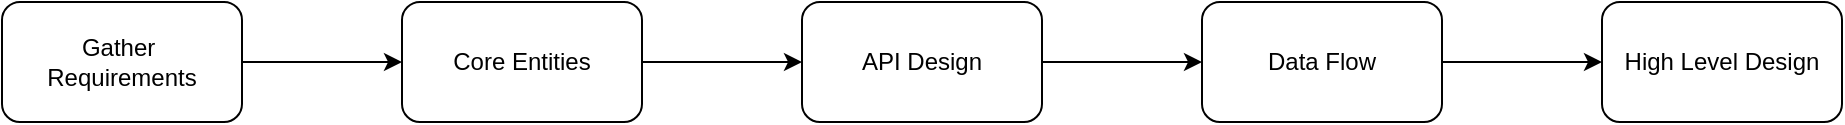
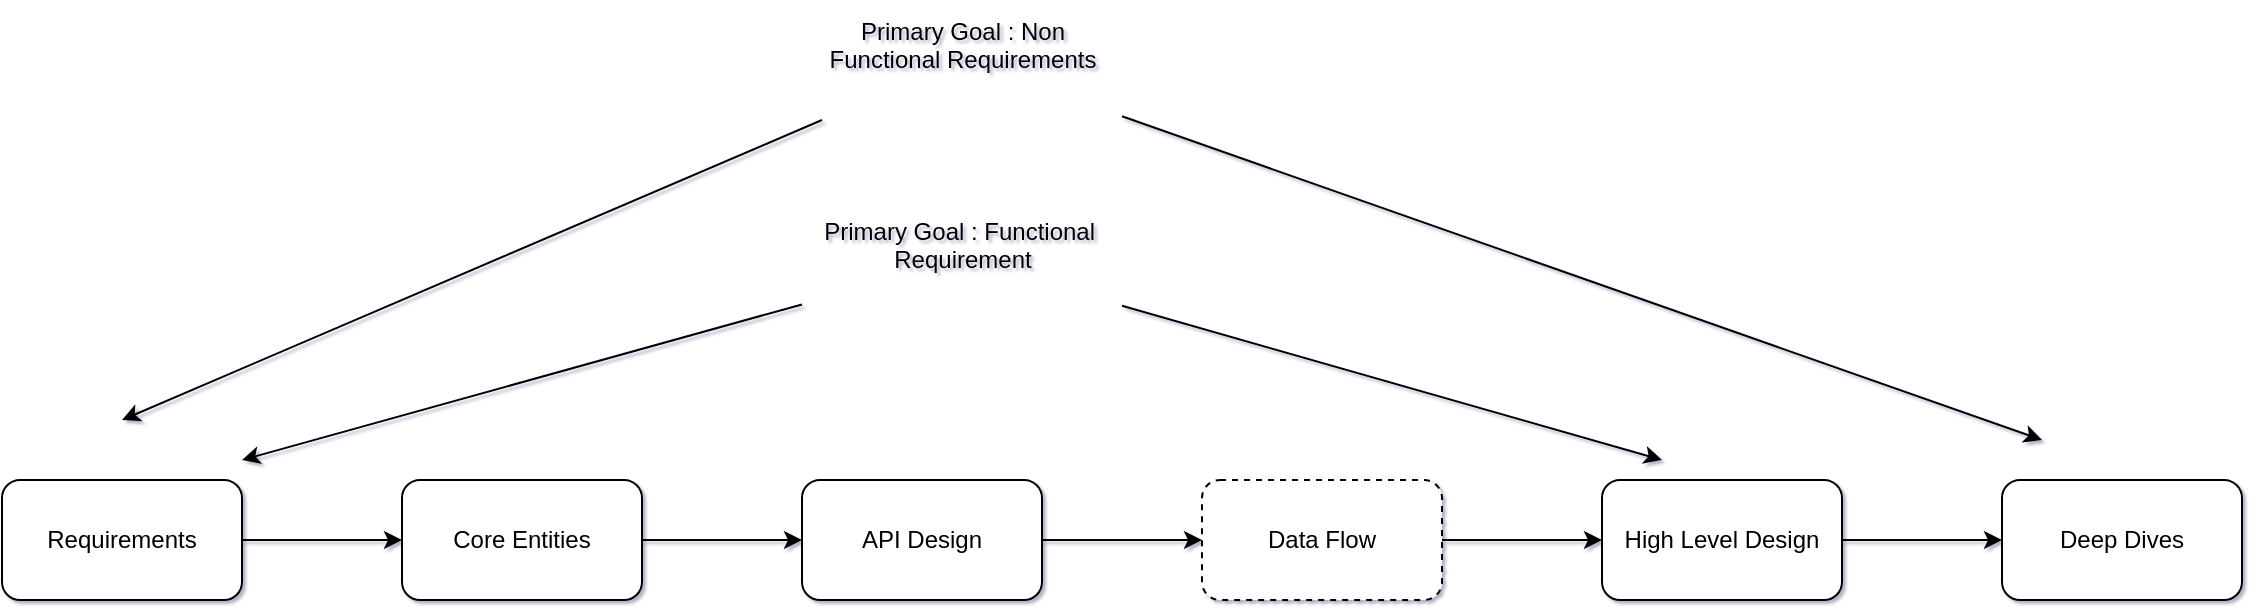
<mxfile host="65bd71144e">
    <diagram id="a097yyR3lmAaSMwQdTHl" name="Page-1">
-         <mxGraphModel dx="1040" dy="824" grid="1" gridSize="10" guides="1" tooltips="1" connect="1" arrows="1" fold="1" page="0" pageScale="1" pageWidth="850" pageHeight="1100" background="light-dark(#FFFFFF,#121212)" math="0" shadow="0">
+         <mxGraphModel dx="1276" dy="1598" grid="1" gridSize="10" guides="1" tooltips="1" connect="1" arrows="1" fold="1" page="0" pageScale="1" pageWidth="850" pageHeight="1100" background="light-dark(#FFFFFF,transparent)" math="0" shadow="1">
            <root>
                <mxCell id="0"/>
                <mxCell id="1" parent="0"/>
-                 <mxCell id="5" value="" style="edgeStyle=none;html=1;" edge="1" parent="1" source="2" target="4">
+                 <mxCell id="5" value="" style="edgeStyle=none;html=1;" parent="1" source="2" target="4" edge="1">
                    <mxGeometry relative="1" as="geometry"/>
                </mxCell>
-                 <mxCell id="2" value="Gather&amp;nbsp;&lt;div&gt;Requirements&lt;/div&gt;" style="rounded=1;whiteSpace=wrap;html=1;" vertex="1" parent="1">
+                 <mxCell id="2" value="&lt;div&gt;Requirements&lt;/div&gt;" style="rounded=1;whiteSpace=wrap;html=1;" parent="1" vertex="1">
                    <mxGeometry x="90" y="210" width="120" height="60" as="geometry"/>
                </mxCell>
-                 <mxCell id="7" value="" style="edgeStyle=none;html=1;" edge="1" parent="1" source="4" target="6">
+                 <mxCell id="7" value="" style="edgeStyle=none;html=1;" parent="1" source="4" target="6" edge="1">
                    <mxGeometry relative="1" as="geometry"/>
                </mxCell>
-                 <mxCell id="4" value="Core Entities" style="rounded=1;whiteSpace=wrap;html=1;" vertex="1" parent="1">
+                 <mxCell id="4" value="Core Entities" style="rounded=1;whiteSpace=wrap;html=1;" parent="1" vertex="1">
                    <mxGeometry x="290" y="210" width="120" height="60" as="geometry"/>
                </mxCell>
-                 <mxCell id="9" value="" style="edgeStyle=none;html=1;" edge="1" parent="1" source="6" target="8">
+                 <mxCell id="9" value="" style="edgeStyle=none;html=1;" parent="1" source="6" target="8" edge="1">
                    <mxGeometry relative="1" as="geometry"/>
                </mxCell>
-                 <mxCell id="6" value="API Design" style="whiteSpace=wrap;html=1;rounded=1;" vertex="1" parent="1">
+                 <mxCell id="6" value="API Design" style="whiteSpace=wrap;html=1;rounded=1;" parent="1" vertex="1">
                    <mxGeometry x="490" y="210" width="120" height="60" as="geometry"/>
                </mxCell>
-                 <mxCell id="11" value="" style="edgeStyle=none;html=1;" edge="1" parent="1" source="8" target="10">
+                 <mxCell id="11" value="" style="edgeStyle=none;html=1;" parent="1" source="8" target="10" edge="1">
                    <mxGeometry relative="1" as="geometry"/>
                </mxCell>
-                 <mxCell id="8" value="Data Flow" style="whiteSpace=wrap;html=1;rounded=1;" vertex="1" parent="1">
+                 <mxCell id="8" value="Data Flow" style="whiteSpace=wrap;html=1;rounded=1;dashed=1;" parent="1" vertex="1">
                    <mxGeometry x="690" y="210" width="120" height="60" as="geometry"/>
                </mxCell>
-                 <mxCell id="10" value="High Level Design" style="whiteSpace=wrap;html=1;rounded=1;" vertex="1" parent="1">
+                 <mxCell id="13" value="" style="edgeStyle=none;html=1;" edge="1" parent="1" source="10" target="12">
+                     <mxGeometry relative="1" as="geometry"/>
+                 </mxCell>
+                 <mxCell id="10" value="High Level Design" style="whiteSpace=wrap;html=1;rounded=1;" parent="1" vertex="1">
                    <mxGeometry x="890" y="210" width="120" height="60" as="geometry"/>
+                 </mxCell>
+                 <mxCell id="12" value="Deep Dives" style="whiteSpace=wrap;html=1;rounded=1;" vertex="1" parent="1">
+                     <mxGeometry x="1090" y="210" width="120" height="60" as="geometry"/>
+                 </mxCell>
+                 <mxCell id="16" style="edgeStyle=none;html=1;" edge="1" parent="1" source="15">
+                     <mxGeometry relative="1" as="geometry">
+                         <mxPoint x="920" y="200" as="targetPoint"/>
+                     </mxGeometry>
+                 </mxCell>
+                 <mxCell id="17" style="edgeStyle=none;html=1;" edge="1" parent="1" source="15">
+                     <mxGeometry relative="1" as="geometry">
+                         <mxPoint x="210" y="200" as="targetPoint"/>
+                     </mxGeometry>
+                 </mxCell>
+                 <mxCell id="15" value="Primary Goal : Functional&amp;nbsp;&lt;div&gt;Requirement&lt;div&gt;&lt;br&gt;&lt;/div&gt;&lt;/div&gt;" style="text;html=1;align=center;verticalAlign=middle;resizable=0;points=[];autosize=1;strokeColor=none;fillColor=none;" vertex="1" parent="1">
+                     <mxGeometry x="490" y="70" width="160" height="60" as="geometry"/>
+                 </mxCell>
+                 <mxCell id="21" style="edgeStyle=none;html=1;" edge="1" parent="1" source="18">
+                     <mxGeometry relative="1" as="geometry">
+                         <mxPoint x="150" y="180" as="targetPoint"/>
+                     </mxGeometry>
+                 </mxCell>
+                 <mxCell id="22" style="edgeStyle=none;html=1;" edge="1" parent="1" source="18">
+                     <mxGeometry relative="1" as="geometry">
+                         <mxPoint x="1110" y="190" as="targetPoint"/>
+                     </mxGeometry>
+                 </mxCell>
+                 <mxCell id="18" value="Primary Goal : Non&lt;div&gt;Functional Requirements&lt;/div&gt;&lt;div&gt;&lt;br&gt;&lt;/div&gt;" style="text;html=1;align=center;verticalAlign=middle;resizable=0;points=[];autosize=1;strokeColor=none;fillColor=none;" vertex="1" parent="1">
+                     <mxGeometry x="490" y="-30" width="160" height="60" as="geometry"/>
                </mxCell>
            </root>
        </mxGraphModel>
    </diagram>
- </mxfile>
+ </mxfile>